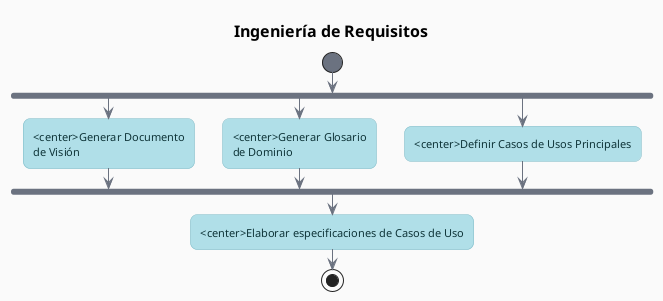
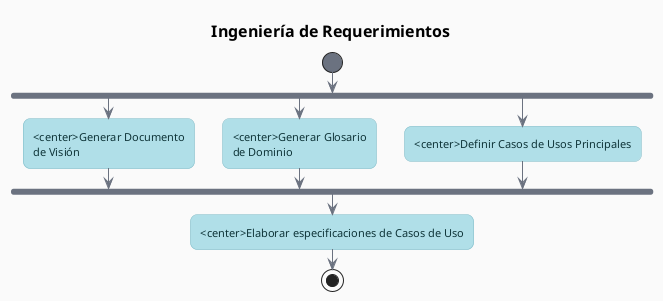
@startuml
- title Ingeniería de Requisitos
+ title Ingeniería de Requerimientos

' === Modern soft theme ===
skinparam backgroundColor #FAFAFA
skinparam defaultFontName Helvetica
skinparam defaultFontSize 11
skinparam titleFontSize 16
skinparam titleFontStyle bold
skinparam shadowing false
skinparam roundCorner 14
skinparam nodesep 25
skinparam ranksep 40
skinparam linetype polyline

skinparam activity {
    BackgroundColor       #B0DFE8
    BorderColor           #7DB9C5
    FontColor             #0F3539
    FontName              Helvetica
    FontSize              11
    DiamondBackgroundColor #F4E2A0
    DiamondBorderColor    #C9B05E
    DiamondFontColor      #3A2E0A
    StartColor            #6B7280
    EndColor              #6B7280
    BarColor              #6B7280
}

skinparam partition {
    BackgroundColor #FFFFFF
    BorderColor     #C9C9BE
    FontColor       #4A4A48
    FontStyle       bold
    FontSize        12
}

skinparam arrow {
    Color     #6B7280
    FontColor #4A4A48
    FontSize  10
    Thickness 1
}

skinparam note {
    BackgroundColor #FFF8E1
    BorderColor     #C9B05E
    FontColor       #3A2E0A
}

start
fork
:<center>Generar Documento\nde Visión;
fork again
:<center>Generar Glosario\nde Dominio;
fork again
:<center>Definir Casos de Usos Principales;
end fork
:<center>Elaborar especificaciones de Casos de Uso;
stop
@enduml